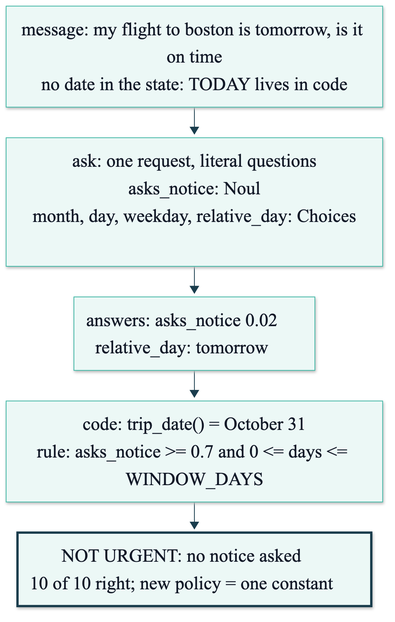
axel-sirota/getting_started_jev keeps this Mermaid diagram as course/diagrams/module_02/p1-solution-literal-questions.png. Above is the earlier version. Its source is kept beside it as course/diagrams/module_02/p1-solution-literal-questions.mmd. Its diagram source:
```mermaid
%%{init: {"theme": "base", "themeVariables": {"fontFamily": "Inter, sans-serif", "primaryColor": "#ECF8F6", "primaryBorderColor": "#40B8A6", "primaryTextColor": "#111827", "lineColor": "#1A3D4D", "secondaryColor": "#F9FAFB", "tertiaryColor": "#FFFFFF", "clusterBkg": "#F9FAFB", "clusterBorder": "#D1D5DB", "actorBkg": "#ECF8F6", "actorBorder": "#40B8A6", "noteBkgColor": "#FFF6DA", "noteBorderColor": "#E0B84C"}}}%%
flowchart TD
  M["message: my flight to boston is tomorrow, is it on time<br/>no date in the state: TODAY lives in code"] --> Q["ask: one request, literal questions<br/>asks_notice: Noul<br/>month, day, weekday, relative_day: Choices"]
  Q --> A["answers: asks_notice 0.02<br/>relative_day: tomorrow"]
  A --> C["code: trip_date() = October 31<br/>rule: asks_notice >= 0.7 and 0 <= days <= WINDOW_DAYS"]
  C --> D["NOT URGENT: no notice asked<br/>10 of 10 right; new policy = one constant"]
  style D stroke:#1A3D4D,stroke-width:3px
```
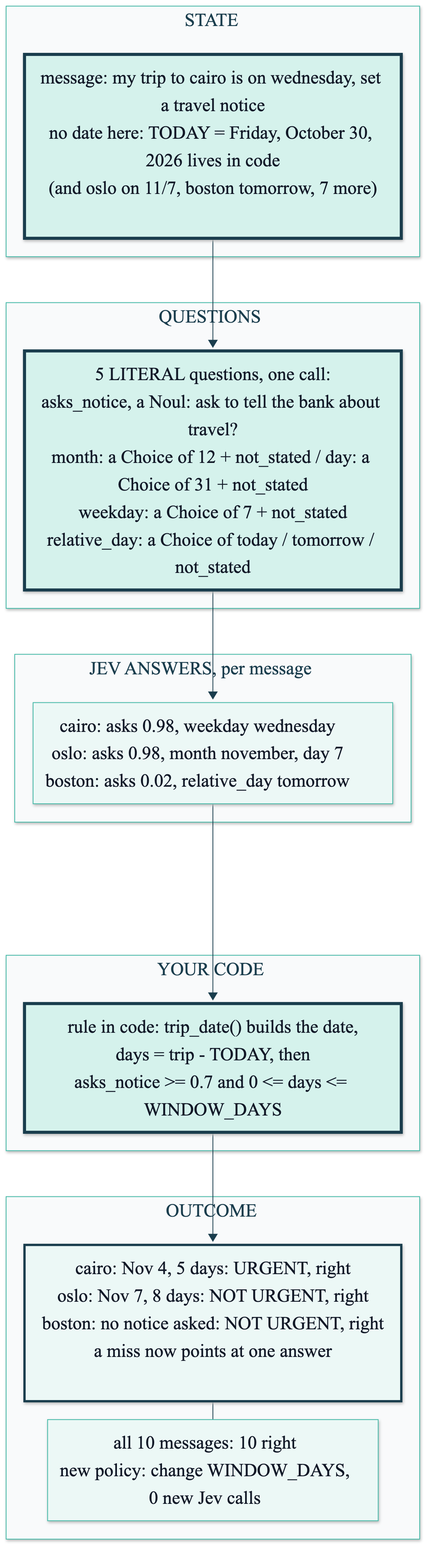
The same diagram one commit later.

Diff of the diagram source:
```diff
@@ -1,7 +1,28 @@
 %%{init: {"theme": "base", "themeVariables": {"fontFamily": "Inter, sans-serif", "primaryColor": "#ECF8F6", "primaryBorderColor": "#40B8A6", "primaryTextColor": "#111827", "lineColor": "#1A3D4D", "secondaryColor": "#F9FAFB", "tertiaryColor": "#FFFFFF", "clusterBkg": "#F9FAFB", "clusterBorder": "#D1D5DB", "actorBkg": "#ECF8F6", "actorBorder": "#40B8A6", "noteBkgColor": "#FFF6DA", "noteBorderColor": "#E0B84C"}}}%%
 flowchart TD
-  M["message: my flight to boston is tomorrow, is it on time<br/>no date in the state: TODAY lives in code"] --> Q["ask: one request, literal questions<br/>asks_notice: Noul<br/>month, day, weekday, relative_day: Choices"]
-  Q --> A["answers: asks_notice 0.02<br/>relative_day: tomorrow"]
-  A --> C["code: trip_date() = October 31<br/>rule: asks_notice >= 0.7 and 0 <= days <= WINDOW_DAYS"]
-  C --> D["NOT URGENT: no notice asked<br/>10 of 10 right; new policy = one constant"]
-  style D stroke:#1A3D4D,stroke-width:3px
+  subgraph STATE["STATE"]
+    S["message: my trip to cairo is on wednesday, set a travel notice<br/>no date here: TODAY = Friday, October 30, 2026 lives in code<br/>(and oslo on 11/7, boston tomorrow, 7 more)"]
+  end
+  subgraph QUESTIONS["QUESTIONS"]
+    Q["5 LITERAL questions, one call:<br/>asks_notice, a Noul: ask to tell the bank about travel?<br/>month: a Choice of 12 + not_stated / day: a Choice of 31 + not_stated<br/>weekday: a Choice of 7 + not_stated<br/>relative_day: a Choice of today / tomorrow / not_stated"]
+  end
+  subgraph ANSWERS["JEV ANSWERS, per message"]
+    A["cairo: asks 0.98, weekday wednesday<br/>oslo: asks 0.98, month november, day 7<br/>boston: asks 0.02, relative_day tomorrow"]
+  end
+  subgraph CODE["YOUR CODE"]
+    C["rule in code: trip_date() builds the date,<br/>days = trip - TODAY, then<br/>asks_notice >= 0.7 and 0 <= days <= WINDOW_DAYS"]
+  end
+  subgraph OUTCOME["OUTCOME"]
+    O["cairo: Nov 4, 5 days: URGENT, right<br/>oslo: Nov 7, 8 days: NOT URGENT, right<br/>boston: no notice asked: NOT URGENT, right<br/>a miss now points at one answer"]
+    R["all 10 messages: 10 right<br/>new policy: change WINDOW_DAYS,<br/>0 new Jev calls"]
+  end
+  S --> Q --> A --> C --> O
+  O --- R
+
+  classDef fail fill:#FDECEA,stroke:#B42318,stroke-width:4px
+  classDef changed fill:#D5F2EC,stroke:#1A3D4D,stroke-width:4px
+  classDef ok fill:#ECF8F6,stroke:#1A3D4D,stroke-width:3px
+  class S changed
+  class Q changed
+  class C changed
+  class O ok
```
